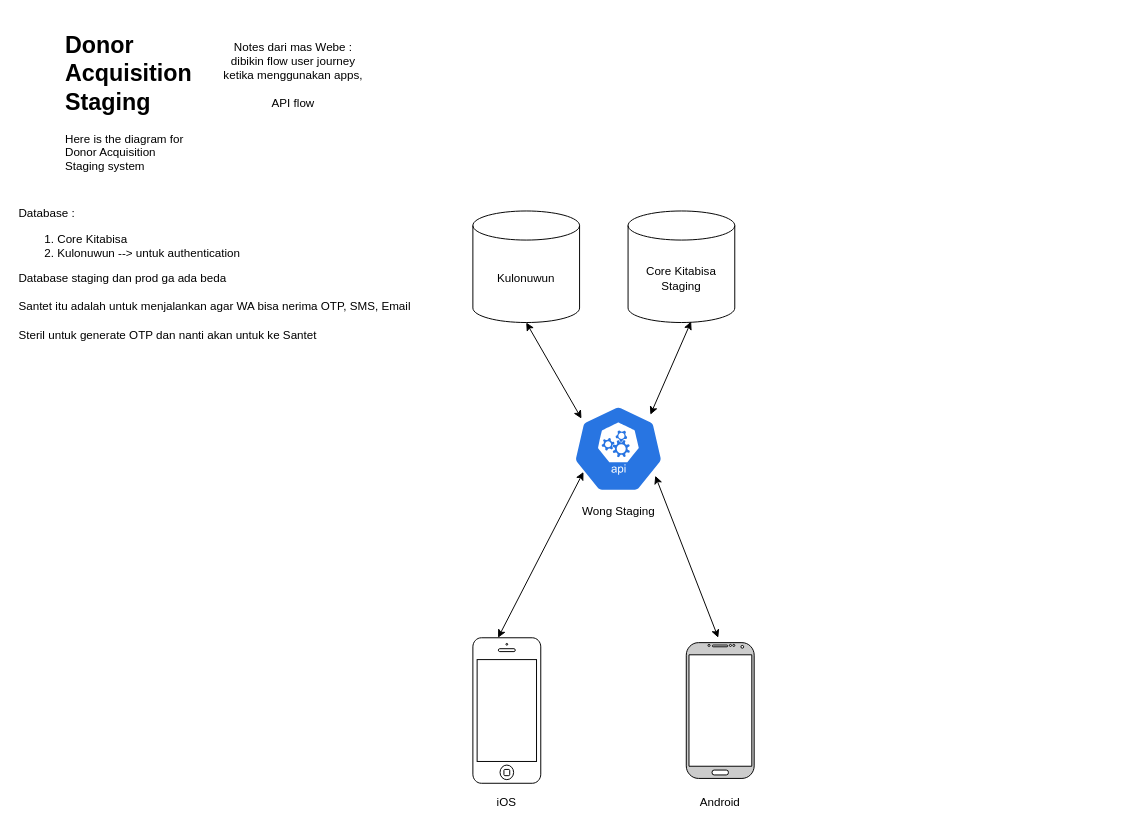
The draw.io diagram page "BAYU" (3 of 3) of KTBS-DAS-System-Diagram.drawio in WisnuBramantyo/KTBS-Testing, before the edit. Source tidied: cells renumbered, new cells numbered last; positions are measured from the earlier drawing's top-left corner, leaving out a move shared by most shapes. Both pictures are drawn from the tidied source at 97%, with x=0, y=0 at pixel (16, 16). Pictures stored in the file or linked from it are replaced by grey dashed boxes.
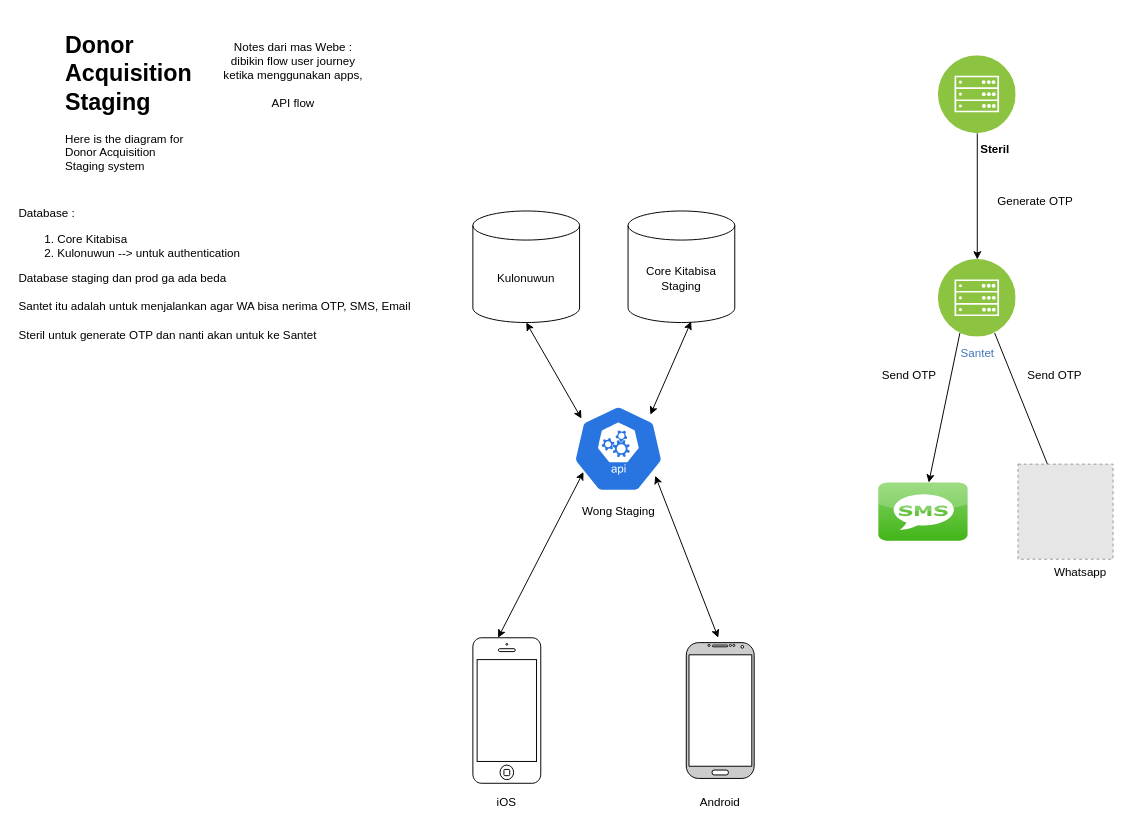
The same page after the edit.

Change to the diagram source:
```diff
@@
+    <mxCell id="17" value="Santet" style="perimeter=ellipsePerimeter;html=1;align=center;shadow=0;dashed=0;fontColor=#4277BB;labelBackgroundColor=#ffffff;fontSize=12;spacingTop=3;image;image=img/lib/ibm/infrastructure/mobile_backend.svg;" parent="1" vertex="1">
+      <mxGeometry x="950" y="250" width="80" height="80" as="geometry" />
+    </mxCell>
+    <mxCell id="18" value="Send OTP" style="text;html=1;strokeColor=none;fillColor=none;align=center;verticalAlign=middle;whiteSpace=wrap;rounded=0;" parent="1" vertex="1">
+      <mxGeometry x="860" y="360" width="120" height="20" as="geometry" />
+    </mxCell>
+    <mxCell id="19" value="&lt;b&gt;Steril&lt;/b&gt;" style="perimeter=ellipsePerimeter;html=1;align=center;shadow=0;dashed=0;labelBackgroundColor=#FFFFFF;fontSize=12;spacingTop=3;image;image=img/lib/ibm/infrastructure/mobile_backend.svg;spacingLeft=36;" parent="1" vertex="1">
+      <mxGeometry x="950" y="40" width="80" height="80" as="geometry" />
+    </mxCell>
+    <mxCell id="20" style="endArrow=classic;html=1;entryX=0.5;entryY=0;entryDx=0;entryDy=0;exitX=0.5;exitY=1;exitDx=0;exitDy=0;" parent="1" edge="1" source="19" target="17">
+      <mxGeometry relative="1" as="geometry" />
+    </mxCell>
+    <mxCell id="21" value="Generate OTP" style="text;html=1;strokeColor=none;fillColor=none;align=center;verticalAlign=middle;whiteSpace=wrap;rounded=0;labelBackgroundColor=#FFFFFF;fontColor=#000000;" parent="1" vertex="1">
+      <mxGeometry x="990" y="180" width="120" height="20" as="geometry" />
+    </mxCell>
+    <mxCell id="22" style="endArrow=classic;html=1;fontColor=#000000;exitX=0.25;exitY=1;exitDx=0;exitDy=0;" parent="1" edge="1" source="17">
+      <mxGeometry relative="1" as="geometry">
+        <mxPoint x="940" y="480" as="targetPoint" />
+      </mxGeometry>
+    </mxCell>
+    <mxCell id="23" style="endArrow=classic;html=1;fontColor=#000000;exitX=0.75;exitY=1;exitDx=0;exitDy=0;" parent="1" edge="1" source="17">
+      <mxGeometry relative="1" as="geometry">
+        <mxPoint x="1070" y="480" as="targetPoint" />
+      </mxGeometry>
+    </mxCell>
+    <mxCell id="24" value="Send OTP" style="text;html=1;strokeColor=none;fillColor=none;align=center;verticalAlign=middle;whiteSpace=wrap;rounded=0;" parent="1" vertex="1">
+      <mxGeometry x="1010" y="360" width="120" height="20" as="geometry" />
+    </mxCell>
+    <mxCell id="25" style="dashed=0;html=1;align=center;labelPosition=center;verticalLabelPosition=bottom;verticalAlign=top;shape=mxgraph.webicons.sms;fillColor=#86D466;gradientColor=#42B418;labelBackgroundColor=#FFFFFF;fontColor=#000000;" parent="1" vertex="1">
+      <mxGeometry x="888" y="480" width="92" height="60" as="geometry" />
+    </mxCell>
+    <mxCell id="26" value="Whatsapp&lt;br&gt;" style="fillColor=#E6E6E6;strokeColor=#999999;dashed=1;html=1;verticalAlign=top;verticalLabelPosition=bottom;labelBackgroundColor=#ffffff;fontColor=#000000;spacingLeft=30;" parent="1" vertex="1">
+      <mxGeometry x="1032" y="461" width="98" height="98" as="geometry" />
+    </mxCell>
```
